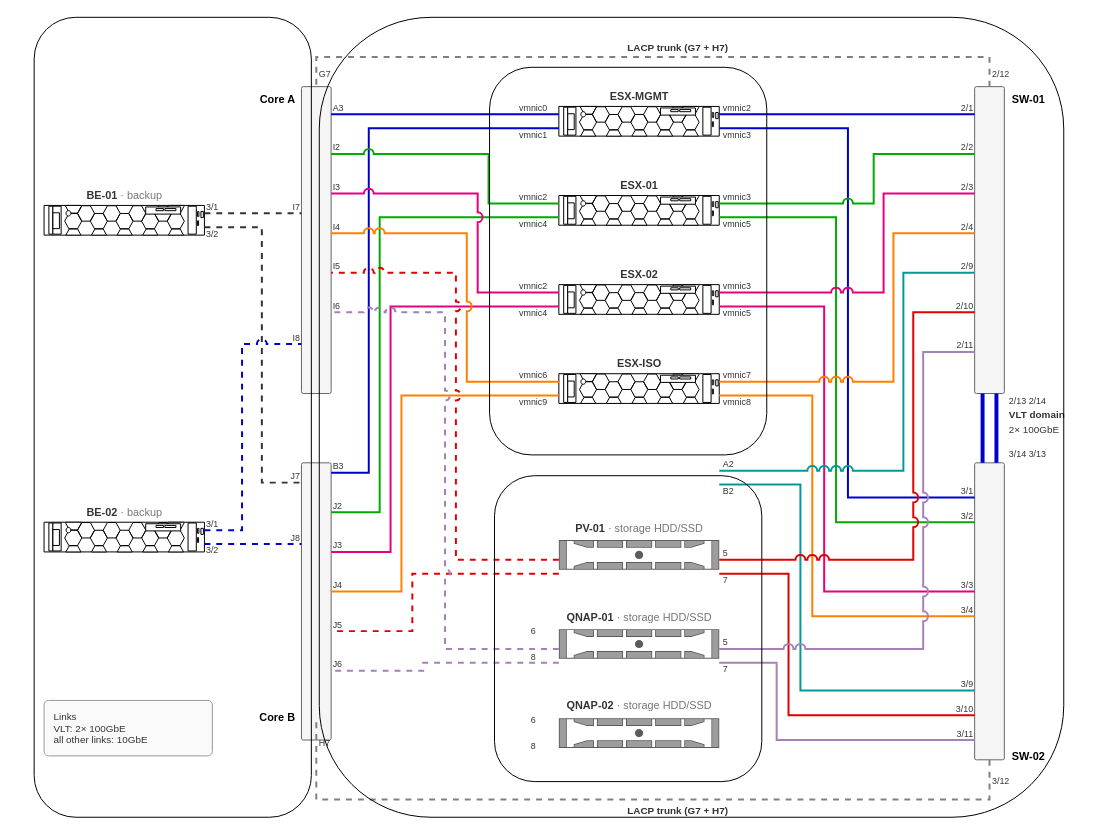
Above: esx-V2.drawio in BO-RU-TA/mysnippets (draw.io), before the change. Source tidied: cells renumbered, new cells numbered last; positions are measured from the earlier drawing's top-left corner, leaving out a move shared by most shapes. Both pictures are drawn from the tidied source at 99%, with x=0, y=0 at pixel (34, 17).
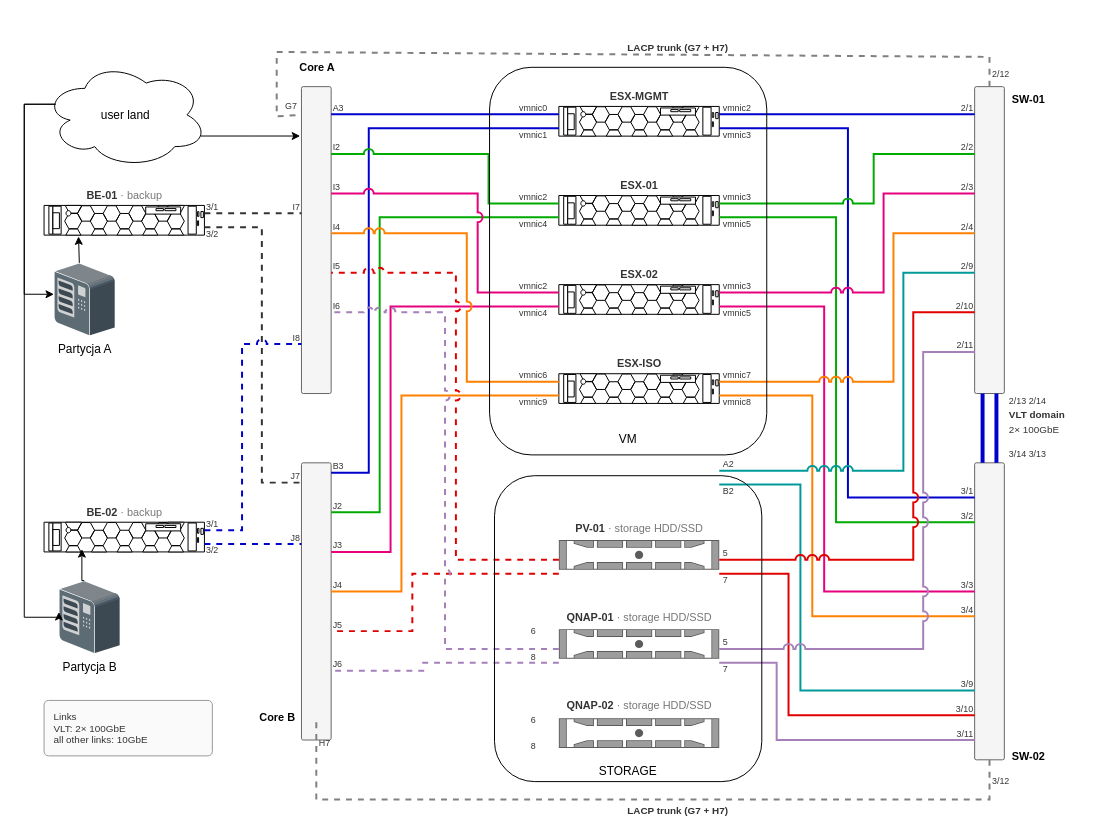
The same page after the edit.

Unchanged cells that the change refers to:
```xml
<mxCell id="6" style="rounded=1;arcSize=6;whiteSpace=wrap;html=1;fillColor=#F5F5F5;strokeColor=#666666;verticalAlign=top;fontStyle=1;fontSize=11;spacingTop=4;" parent="1" vertex="1">
  <mxGeometry x="270" y="70" width="30" height="310" as="geometry" />
</mxCell>
<mxCell id="116" style="shape=mxgraph.rack.dell.poweredge_r740xd;html=1;labelPosition=right;align=left;spacingLeft=15;dashed=0;shadow=0;fillColor=#ffffff;" parent="1" vertex="1">
  <mxGeometry x="10" y="190" width="162" height="30" as="geometry" />
</mxCell>
<mxCell id="118" style="shape=mxgraph.rack.dell.poweredge_r740xd;html=1;labelPosition=right;align=left;spacingLeft=15;dashed=0;shadow=0;fillColor=#ffffff;" parent="1" vertex="1">
  <mxGeometry x="10" y="510" width="162" height="30" as="geometry" />
</mxCell>
```

What changed in the source:
```diff
@@
     <mxCell id="2" value="Core A" style="text;html=1;align=right;fontStyle=1;fontSize=11;" parent="1" vertex="1">
-      <mxGeometry x="195" y="70" width="70" height="16" as="geometry" />
+      <mxGeometry x="235" y="38" width="70" height="16" as="geometry" />
     </mxCell>
@@
-    <mxCell id="108" style="endArrow=none;html=1;rounded=0;strokeWidth=2;strokeColor=#808080;jumpStyle=arc;jumpSize=8;dashed=1;" parent="1" edge="1">
-      <mxGeometry relative="1" as="geometry">
+    <mxCell id="108" style="endArrow=none;html=1;rounded=0;strokeWidth=2;strokeColor=#808080;jumpStyle=arc;jumpSize=8;dashed=1;entryX=-0.006;entryY=0.092;entryDx=0;entryDy=0;entryPerimeter=0;" parent="1" edge="1" target="6">
+      <mxGeometry x="-0.06" relative="1" as="geometry">
         <mxPoint x="965" y="70" as="sourcePoint" />
-        <mxPoint x="285" y="70" as="targetPoint" />
         <Array as="points">
           <mxPoint x="965" y="40" />
-          <mxPoint x="285" y="40" />
+          <mxPoint x="245" y="35" />
+          <mxPoint x="245" y="100" />
         </Array>
       </mxGeometry>
     </mxCell>
@@
     <mxCell id="110" value="G7" style="text;html=1;align=left;verticalAlign=middle;fontSize=9;fontColor=#333333;spacing=0;" parent="1" vertex="1">
-      <mxGeometry x="288" y="52" width="30" height="12" as="geometry" />
+      <mxGeometry x="254" y="84" width="30" height="12" as="geometry" />
     </mxCell>
@@
-    <mxCell id="133" style="rounded=1;whiteSpace=wrap;html=1;roundedPerimeter=1;fillColor=none;" parent="1" vertex="1">
-      <mxGeometry width="280" height="808" as="geometry" />
-    </mxCell>
-    <mxCell id="134" style="rounded=1;whiteSpace=wrap;html=1;fillColor=none;glass=0;shadow=0;multiple=0;roundedPerimeter=1;" parent="1" vertex="1">
-      <mxGeometry x="288" width="752" height="808" as="geometry" />
-    </mxCell>
-    <mxCell id="135" style="rounded=1;whiteSpace=wrap;html=1;roundedPerimeter=1;fillColor=none;" parent="1" vertex="1">
+    <mxCell id="135" value="&lt;div&gt;&lt;br&gt;&lt;/div&gt;&lt;div&gt;&lt;br&gt;&lt;/div&gt;&lt;div&gt;&lt;br&gt;&lt;/div&gt;&lt;div&gt;&lt;br&gt;&lt;/div&gt;&lt;div&gt;&lt;br&gt;&lt;/div&gt;&lt;div&gt;&lt;br&gt;&lt;/div&gt;&lt;div&gt;&lt;br&gt;&lt;/div&gt;&lt;div&gt;&lt;br&gt;&lt;/div&gt;&lt;div&gt;&lt;br&gt;&lt;/div&gt;&lt;div&gt;&lt;br&gt;&lt;/div&gt;&lt;div&gt;&lt;br&gt;&lt;/div&gt;&lt;div&gt;&lt;br&gt;&lt;/div&gt;&lt;div&gt;&lt;br&gt;&lt;/div&gt;&lt;div&gt;&lt;br&gt;&lt;/div&gt;&lt;div&gt;&lt;br&gt;&lt;/div&gt;&lt;div&gt;&lt;br&gt;&lt;/div&gt;&lt;div&gt;&lt;br&gt;&lt;/div&gt;&lt;div&gt;&lt;br&gt;&lt;/div&gt;&lt;div&gt;&lt;br&gt;&lt;/div&gt;&lt;div&gt;&lt;br&gt;&lt;/div&gt;&lt;div&gt;STORAGE&lt;/div&gt;" style="rounded=1;whiteSpace=wrap;html=1;roundedPerimeter=1;fillColor=none;" parent="1" vertex="1">
       <mxGeometry x="465" y="463" width="270" height="309" as="geometry" />
     </mxCell>
-    <mxCell id="136" style="rounded=1;whiteSpace=wrap;html=1;roundedPerimeter=1;fillColor=none;" parent="1" vertex="1">
+    <mxCell id="136" value="&lt;div&gt;&lt;br&gt;&lt;/div&gt;&lt;div&gt;&lt;br&gt;&lt;/div&gt;&lt;div&gt;&lt;br&gt;&lt;/div&gt;&lt;div&gt;&lt;br&gt;&lt;/div&gt;&lt;div&gt;&lt;br&gt;&lt;/div&gt;&lt;div&gt;&lt;br&gt;&lt;/div&gt;&lt;div&gt;&lt;br&gt;&lt;/div&gt;&lt;div&gt;&lt;br&gt;&lt;/div&gt;&lt;div&gt;&lt;br&gt;&lt;/div&gt;&lt;div&gt;&lt;br&gt;&lt;/div&gt;&lt;div&gt;&lt;br&gt;&lt;/div&gt;&lt;div&gt;&lt;br&gt;&lt;/div&gt;&lt;div&gt;&lt;br&gt;&lt;/div&gt;&lt;div&gt;&lt;br&gt;&lt;/div&gt;&lt;div&gt;&lt;br&gt;&lt;/div&gt;&lt;div&gt;&lt;br&gt;&lt;/div&gt;&lt;div&gt;&lt;br&gt;&lt;/div&gt;&lt;div&gt;&lt;br&gt;&lt;/div&gt;&lt;div&gt;&lt;br&gt;&lt;/div&gt;&lt;div&gt;&lt;br&gt;&lt;/div&gt;&lt;div&gt;&lt;br&gt;&lt;/div&gt;&lt;div&gt;&lt;br&gt;&lt;/div&gt;&lt;div&gt;&lt;br&gt;&lt;/div&gt;&lt;div&gt;&lt;br&gt;&lt;/div&gt;&lt;div&gt;&lt;br&gt;&lt;/div&gt;&lt;div&gt;VM&lt;/div&gt;" style="rounded=1;whiteSpace=wrap;html=1;roundedPerimeter=1;fillColor=none;" parent="1" vertex="1">
       <mxGeometry x="460" y="50.5" width="280" height="391.5" as="geometry" />
     </mxCell>
+    <mxCell id="137" value="user land" style="ellipse;shape=cloud;whiteSpace=wrap;html=1;perimeter=cloudPerimeter;" parent="1" vertex="1">
+      <mxGeometry x="10" y="45" width="165" height="107" as="geometry" />
+    </mxCell>
+    <mxCell id="138" style="edgeStyle=orthogonalEdgeStyle;rounded=0;jettySize=auto;html=1;exitX=0.96;exitY=0.7;exitDx=0;exitDy=0;exitPerimeter=0;defaultLabelBackgroundColor=page;labelPadding=0 4;" parent="1" edge="1" source="137">
+      <mxGeometry relative="1" as="geometry">
+        <mxPoint x="268.7" y="119.9" as="targetPoint" />
+      </mxGeometry>
+    </mxCell>
+    <mxCell id="139" value="Partycja B" style="shadow=0;dashed=0;html=1;labelPosition=center;verticalLabelPosition=bottom;verticalAlign=top;align=center;outlineConnect=0;shape=mxgraph.veeam.3d.tape_library;labelPerimeter=1;" parent="1" vertex="1">
+      <mxGeometry x="25" y="569" width="62" height="74" as="geometry" />
+    </mxCell>
+    <mxCell id="140" value="Partycja A" style="shadow=0;dashed=0;html=1;labelPosition=center;verticalLabelPosition=bottom;verticalAlign=top;align=center;outlineConnect=0;shape=mxgraph.veeam.3d.tape_library;labelPerimeter=1;" parent="1" vertex="1">
+      <mxGeometry x="20" y="248" width="62" height="74" as="geometry" />
+    </mxCell>
+    <mxCell id="141" style="edgeStyle=orthogonalEdgeStyle;rounded=0;jettySize=auto;html=1;exitX=0.07;exitY=0.4;exitDx=0;exitDy=0;exitPerimeter=0;entryX=0;entryY=0.429;entryDx=0;entryDy=0;entryPerimeter=0;defaultLabelBackgroundColor=page;labelPadding=0 4;" parent="1" edge="1" source="137" target="140">
+      <mxGeometry relative="1" as="geometry">
+        <Array as="points">
+          <mxPoint x="-10" y="87.8" />
+          <mxPoint x="-10" y="279.7" />
+        </Array>
+      </mxGeometry>
+    </mxCell>
+    <mxCell id="142" style="edgeStyle=orthogonalEdgeStyle;rounded=0;jettySize=auto;html=1;exitX=0.07;exitY=0.4;exitDx=0;exitDy=0;exitPerimeter=0;entryX=0;entryY=0.429;entryDx=0;entryDy=0;entryPerimeter=0;defaultLabelBackgroundColor=page;labelPadding=0 4;" parent="1" edge="1" source="137" target="139">
+      <mxGeometry x="0.02" relative="1" as="geometry">
+        <Array as="points">
+          <mxPoint x="-10" y="87.8" />
+          <mxPoint x="-10" y="606" />
+          <mxPoint x="25" y="606" />
+        </Array>
+      </mxGeometry>
+    </mxCell>
+    <mxCell id="143" style="edgeStyle=orthogonalEdgeStyle;rounded=0;jettySize=auto;html=1;exitX=0.413;exitY=0;exitDx=0;exitDy=0;exitPerimeter=0;entryX=0.215;entryY=1.044;entryDx=0;entryDy=0;entryPerimeter=0;defaultLabelBackgroundColor=page;labelPadding=0 4;" parent="1" edge="1" source="140" target="116">
+      <mxGeometry relative="1" as="geometry" />
+    </mxCell>
+    <mxCell id="144" style="edgeStyle=orthogonalEdgeStyle;rounded=0;jettySize=auto;html=1;exitX=0.413;exitY=0;exitDx=0;exitDy=0;exitPerimeter=0;entryX=0.236;entryY=0.908;entryDx=0;entryDy=0;entryPerimeter=0;defaultLabelBackgroundColor=page;labelPadding=0 4;" parent="1" edge="1" source="139" target="118">
+      <mxGeometry relative="1" as="geometry" />
+    </mxCell>
```
